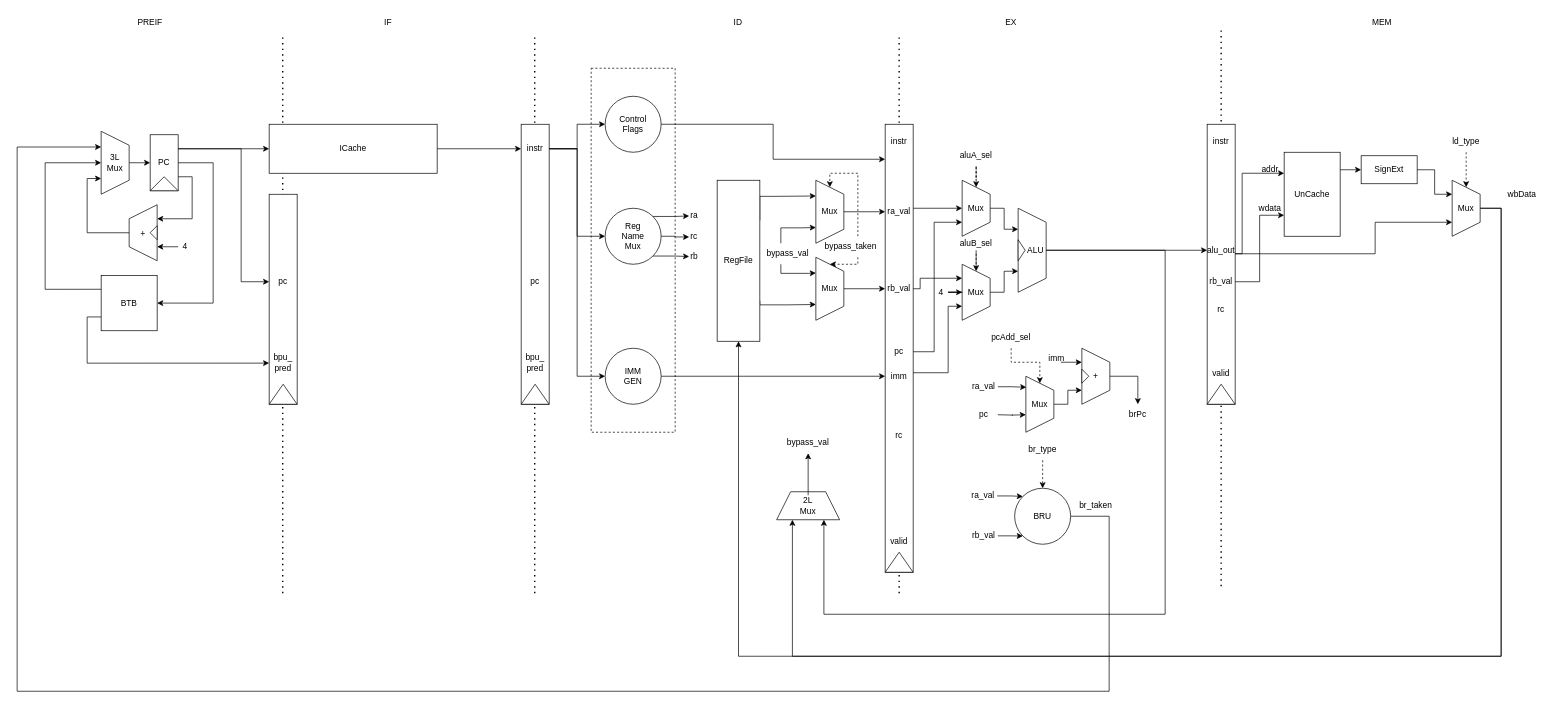
Above: page "5-stages" (1 of 5) of docs/nagicore.drawio in MrAMS/NagiCore (draw.io), before the change. Source tidied: cells renumbered, new cells numbered last; positions are measured from the earlier drawing's top-left corner, leaving out a move shared by most shapes. Both pictures are drawn from the tidied source at 70%, with x=0, y=0 at pixel (17, 12).
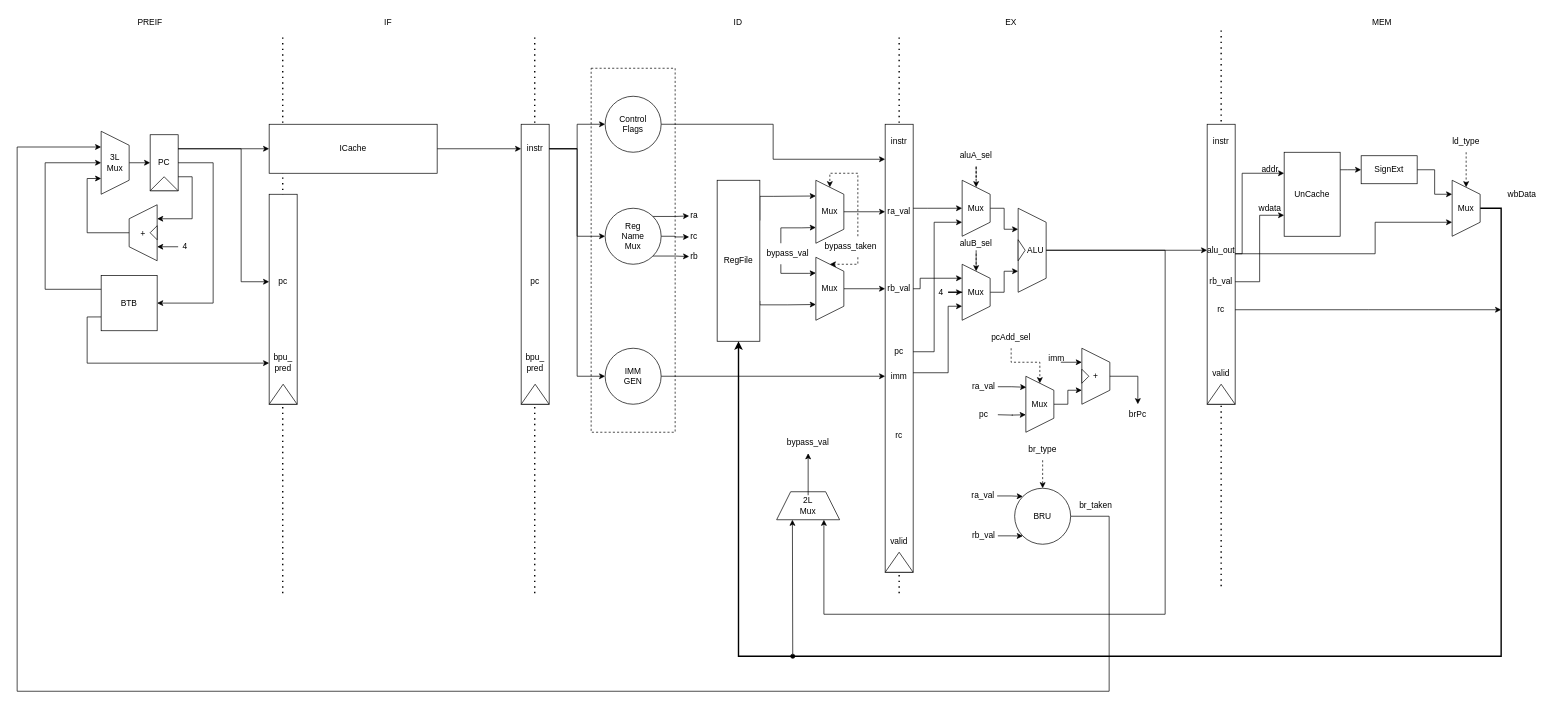
Above is the later version.

Unchanged cells that the change refers to:
```xml
<mxCell id="36" value="RegFile" style="rounded=0;whiteSpace=wrap;html=1;" parent="1" vertex="1">
  <mxGeometry x="1000" y="240" width="61" height="230" as="geometry" />
</mxCell>
<mxCell id="71" style="group;" parent="1" vertex="1">
  <mxGeometry x="1700" y="160" width="50" height="400" as="geometry" />
</mxCell>
<mxCell id="77" value="rc" style="text;html=1;align=center;verticalAlign=middle;whiteSpace=wrap;rounded=0;" parent="71" vertex="1">
  <mxGeometry y="250" width="40" height="30" as="geometry" />
</mxCell>
<mxCell id="89" value="&lt;div&gt;&lt;span style=&quot;background-color: initial;&quot;&gt;Mux&lt;/span&gt;&lt;br&gt;&lt;/div&gt;" style="shape=trapezoid;perimeter=trapezoidPerimeter;whiteSpace=wrap;html=1;fixedSize=1;direction=south;" parent="1" vertex="1">
  <mxGeometry x="2050" y="240" width="40" height="80" as="geometry" />
</mxCell>
<mxCell id="144" value="&lt;div&gt;&lt;/div&gt;" style="shape=trapezoid;perimeter=trapezoidPerimeter;whiteSpace=wrap;html=1;fixedSize=1;direction=south;rotation=-90;" parent="1" vertex="1">
  <mxGeometry x="1110" y="660" width="40" height="90" as="geometry" />
</mxCell>
```

Change to the diagram source:
```diff
@@
+    <mxCell id="150" style="edgeStyle=orthogonalEdgeStyle;rounded=0;jettySize=auto;html=1;" parent="71" edge="1" source="77">
+      <mxGeometry relative="1" as="geometry">
+        <mxPoint x="420" y="265" as="targetPoint" />
+      </mxGeometry>
+    </mxCell>
@@
-    <mxCell id="87" style="edgeStyle=orthogonalEdgeStyle;rounded=0;jettySize=auto;html=1;entryX=0.5;entryY=1;entryDx=0;entryDy=0;exitX=0.5;exitY=0;exitDx=0;exitDy=0;" parent="1" edge="1" source="89" target="36">
-      <mxGeometry relative="1" as="geometry">
-        <Array as="points">
-          <mxPoint x="2120" y="280" />
-          <mxPoint x="2120" y="920" />
-          <mxPoint x="1030" y="920" />
-        </Array>
-      </mxGeometry>
-    </mxCell>
-    <mxCell id="88" style="edgeStyle=orthogonalEdgeStyle;rounded=0;jettySize=auto;html=1;entryX=0.25;entryY=1;entryDx=0;entryDy=0;" parent="1" edge="1" source="89" target="144">
+    <mxCell id="88" style="edgeStyle=orthogonalEdgeStyle;rounded=0;jettySize=auto;html=1;entryX=0.5;entryY=1;entryDx=0;entryDy=0;strokeWidth=2;" parent="1" edge="1" source="89" target="36">
       <mxGeometry relative="1" as="geometry">
         <Array as="points">
           <mxPoint x="2120" y="280" />
           <mxPoint x="2120" y="920" />
-          <mxPoint x="1108" y="920" />
+          <mxPoint x="1030" y="920" />
         </Array>
       </mxGeometry>
     </mxCell>
@@
+    <mxCell id="151" style="endArrow=classic;html=1;rounded=0;entryX=0.25;entryY=1;entryDx=0;entryDy=0;startArrow=oval;startFill=1;" parent="1" edge="1" target="144">
+      <mxGeometry relative="1" as="geometry">
+        <mxPoint x="1108" y="920" as="sourcePoint" />
+      </mxGeometry>
+    </mxCell>
```
